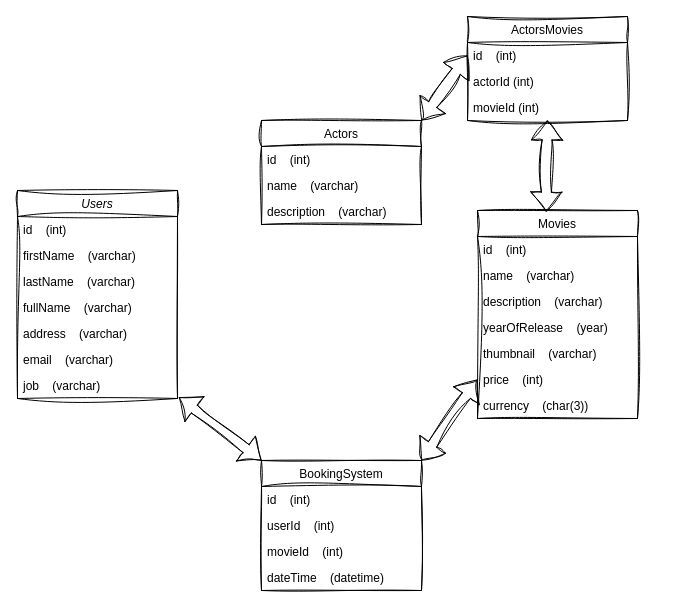
Earlier version of the draw.io diagram DatabaseDesign.drawio (vudoan1708-cyber/cinema--learn-php). Source tidied: cells renumbered, new cells numbered last; positions are measured from the earlier drawing's top-left corner, leaving out a move shared by most shapes. Both pictures are drawn from the tidied source at 100%, with x=0, y=0 at pixel (17, 16).
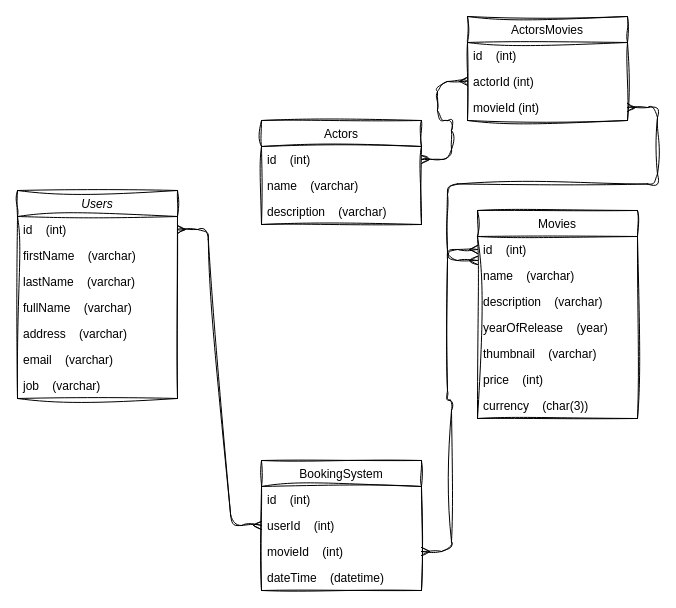
Above is the later version.

Commit message (it also covers changes not shown here):
UPDATE DB DIAGRAM && UPDATE RETURN STATEMENTS && ADDED CREATE, FIND A BOOKING ENDPOINT

Unchanged cells that the change refers to:
```xml
<mxCell id="3" value="id    (int)" style="text;align=left;verticalAlign=middle;spacingLeft=4;spacingRight=4;overflow=hidden;points=[[0,0.5],[1,0.5]];portConstraint=eastwest;fontStyle=0;sketch=1;curveFitting=1;jiggle=2;" parent="2" vertex="1">
  <mxGeometry y="26" width="160" height="26" as="geometry" />
</mxCell>
<mxCell id="9" value="job    (varchar)" style="text;align=left;verticalAlign=middle;spacingLeft=4;spacingRight=4;overflow=hidden;points=[[0,0.5],[1,0.5]];portConstraint=eastwest;sketch=1;curveFitting=1;jiggle=2;" parent="2" vertex="1">
  <mxGeometry y="182" width="160" height="26" as="geometry" />
</mxCell>
<mxCell id="10" value="Movies" style="swimlane;fontStyle=0;align=center;verticalAlign=top;horizontal=1;startSize=26;rounded=0;shadow=0;strokeWidth=1;sketch=1;curveFitting=1;jiggle=2;" parent="1" vertex="1">
  <mxGeometry x="460" y="194" width="160" height="208" as="geometry" />
</mxCell>
<mxCell id="11" value="id    (int)" style="text;align=left;verticalAlign=middle;spacingLeft=4;spacingRight=4;overflow=hidden;points=[[0,0.5],[1,0.5]];portConstraint=eastwest;sketch=1;curveFitting=1;jiggle=2;" parent="10" vertex="1">
  <mxGeometry y="26" width="160" height="26" as="geometry" />
</mxCell>
<mxCell id="16" value="price    (int)" style="text;align=left;verticalAlign=middle;spacingLeft=4;spacingRight=4;overflow=hidden;points=[[0,0.5],[1,0.5]];portConstraint=eastwest;sketch=1;curveFitting=1;jiggle=2;" parent="10" vertex="1">
  <mxGeometry y="156" width="160" height="26" as="geometry" />
</mxCell>
<mxCell id="18" value="BookingSystem" style="swimlane;fontStyle=0;align=center;verticalAlign=top;horizontal=1;startSize=26;rounded=0;shadow=0;strokeWidth=1;sketch=1;curveFitting=1;jiggle=2;" parent="1" vertex="1">
  <mxGeometry x="244" y="444" width="160" height="130" as="geometry" />
</mxCell>
<mxCell id="20" value="userId    (int)" style="text;align=left;verticalAlign=middle;spacingLeft=4;spacingRight=4;overflow=hidden;points=[[0,0.5],[1,0.5]];portConstraint=eastwest;sketch=1;curveFitting=1;jiggle=2;" parent="18" vertex="1">
  <mxGeometry y="52" width="160" height="26" as="geometry" />
</mxCell>
<mxCell id="21" value="movieId    (int)" style="text;align=left;verticalAlign=middle;spacingLeft=4;spacingRight=4;overflow=hidden;points=[[0,0.5],[1,0.5]];portConstraint=eastwest;sketch=1;curveFitting=1;jiggle=2;" parent="18" vertex="1">
  <mxGeometry y="78" width="160" height="26" as="geometry" />
</mxCell>
<mxCell id="23" value="Actors" style="swimlane;fontStyle=0;align=center;verticalAlign=top;horizontal=1;startSize=26;rounded=0;shadow=0;strokeWidth=1;sketch=1;curveFitting=1;jiggle=2;" parent="1" vertex="1">
  <mxGeometry x="244" y="104" width="160" height="104" as="geometry" />
</mxCell>
<mxCell id="24" value="id    (int)" style="text;align=left;verticalAlign=middle;spacingLeft=4;spacingRight=4;overflow=hidden;points=[[0,0.5],[1,0.5]];portConstraint=eastwest;sketch=1;curveFitting=1;jiggle=2;" parent="23" vertex="1">
  <mxGeometry y="26" width="160" height="26" as="geometry" />
</mxCell>
<mxCell id="30" value="id    (int)" style="text;align=left;verticalAlign=middle;spacingLeft=4;spacingRight=4;overflow=hidden;points=[[0,0.5],[1,0.5]];portConstraint=eastwest;sketch=1;curveFitting=1;jiggle=2;" parent="29" vertex="1">
  <mxGeometry y="26" width="160" height="26" as="geometry" />
</mxCell>
<mxCell id="31" value="actorId (int)" style="text;align=left;verticalAlign=middle;spacingLeft=4;spacingRight=4;overflow=hidden;points=[[0,0.5],[1,0.5]];portConstraint=eastwest;sketch=1;curveFitting=1;jiggle=2;" parent="29" vertex="1">
  <mxGeometry y="52" width="160" height="26" as="geometry" />
</mxCell>
<mxCell id="32" value="movieId (int)" style="text;align=left;verticalAlign=middle;spacingLeft=4;spacingRight=4;overflow=hidden;points=[[0,0.5],[1,0.5]];portConstraint=eastwest;sketch=1;curveFitting=1;jiggle=2;" parent="29" vertex="1">
  <mxGeometry y="78" width="160" height="26" as="geometry" />
</mxCell>
```

What changed in the source:
```diff
@@
-    <mxCell id="27" style="shape=flexArrow;endArrow=classic;startArrow=classic;html=1;sketch=1;hachureGap=4;jiggle=2;curveFitting=1;fontFamily=Architects Daughter;fontSize=16;exitX=1;exitY=0;exitDx=0;exitDy=0;entryX=0;entryY=0.5;entryDx=0;entryDy=0;" parent="1" edge="1" source="18" target="16">
-      <mxGeometry relative="1" as="geometry" />
-    </mxCell>
-    <mxCell id="28" style="shape=flexArrow;endArrow=classic;startArrow=classic;html=1;sketch=1;hachureGap=4;jiggle=2;curveFitting=1;fontFamily=Architects Daughter;fontSize=16;exitX=1.009;exitY=0.952;exitDx=0;exitDy=0;entryX=0;entryY=0;entryDx=0;entryDy=0;exitPerimeter=0;" parent="1" edge="1" source="9" target="18">
-      <mxGeometry relative="1" as="geometry" />
-    </mxCell>
@@
-    <mxCell id="33" style="shape=flexArrow;endArrow=classic;startArrow=classic;html=1;sketch=1;hachureGap=4;jiggle=2;curveFitting=1;fontFamily=Architects Daughter;fontSize=16;exitX=1;exitY=0;exitDx=0;exitDy=0;entryX=0;entryY=0.5;entryDx=0;entryDy=0;" parent="1" edge="1" source="23" target="30">
-      <mxGeometry relative="1" as="geometry" />
-    </mxCell>
-    <mxCell id="34" style="shape=flexArrow;endArrow=classic;startArrow=classic;html=1;sketch=1;hachureGap=4;jiggle=2;curveFitting=1;fontFamily=Architects Daughter;fontSize=16;entryX=0.429;entryY=0.005;entryDx=0;entryDy=0;entryPerimeter=0;" parent="1" edge="1" source="32" target="10">
-      <mxGeometry relative="1" as="geometry" />
-    </mxCell>
+    <mxCell id="35" style="edgeStyle=entityRelationEdgeStyle;fontSize=12;html=1;endArrow=ERmany;startArrow=ERmany;sketch=1;hachureGap=4;jiggle=2;curveFitting=1;fontFamily=Architects Daughter;exitX=1;exitY=0.5;exitDx=0;exitDy=0;entryX=0;entryY=0.5;entryDx=0;entryDy=0;" parent="1" edge="1" source="3" target="20">
+      <mxGeometry relative="1" as="geometry" />
+    </mxCell>
+    <mxCell id="36" style="edgeStyle=entityRelationEdgeStyle;fontSize=12;html=1;endArrow=ERmany;startArrow=ERmany;sketch=1;hachureGap=4;jiggle=2;curveFitting=1;fontFamily=Architects Daughter;exitX=0;exitY=0.5;exitDx=0;exitDy=0;entryX=1;entryY=0.5;entryDx=0;entryDy=0;" parent="1" edge="1" source="11" target="21">
+      <mxGeometry relative="1" as="geometry" />
+    </mxCell>
+    <mxCell id="37" style="edgeStyle=entityRelationEdgeStyle;fontSize=12;html=1;endArrow=ERmany;startArrow=ERmany;sketch=1;hachureGap=4;jiggle=2;curveFitting=1;fontFamily=Architects Daughter;exitX=1;exitY=0.5;exitDx=0;exitDy=0;" parent="1" edge="1" source="32">
+      <mxGeometry relative="1" as="geometry">
+        <mxPoint x="460" y="244" as="targetPoint" />
+      </mxGeometry>
+    </mxCell>
+    <mxCell id="38" style="edgeStyle=entityRelationEdgeStyle;fontSize=12;html=1;endArrow=ERmany;startArrow=ERmany;sketch=1;hachureGap=4;jiggle=2;curveFitting=1;fontFamily=Architects Daughter;exitX=0;exitY=0.5;exitDx=0;exitDy=0;entryX=1;entryY=0.5;entryDx=0;entryDy=0;" parent="1" edge="1" source="31" target="24">
+      <mxGeometry relative="1" as="geometry" />
+    </mxCell>
```
